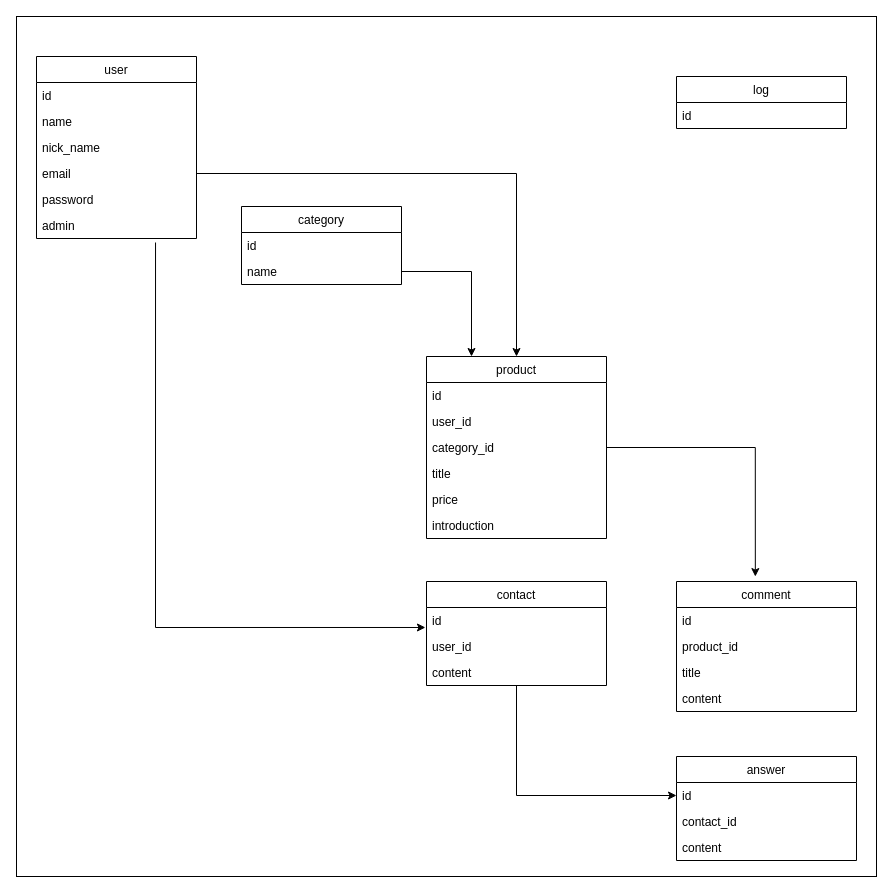
The draw.io diagram erd.dio in chee1989/ec_app, before the edit. Source tidied: cells renumbered, new cells numbered last; positions are measured from the earlier drawing's top-left corner, leaving out a move shared by most shapes. Both pictures are drawn from the tidied source at 100%, with x=0, y=0 at pixel (16, 16).
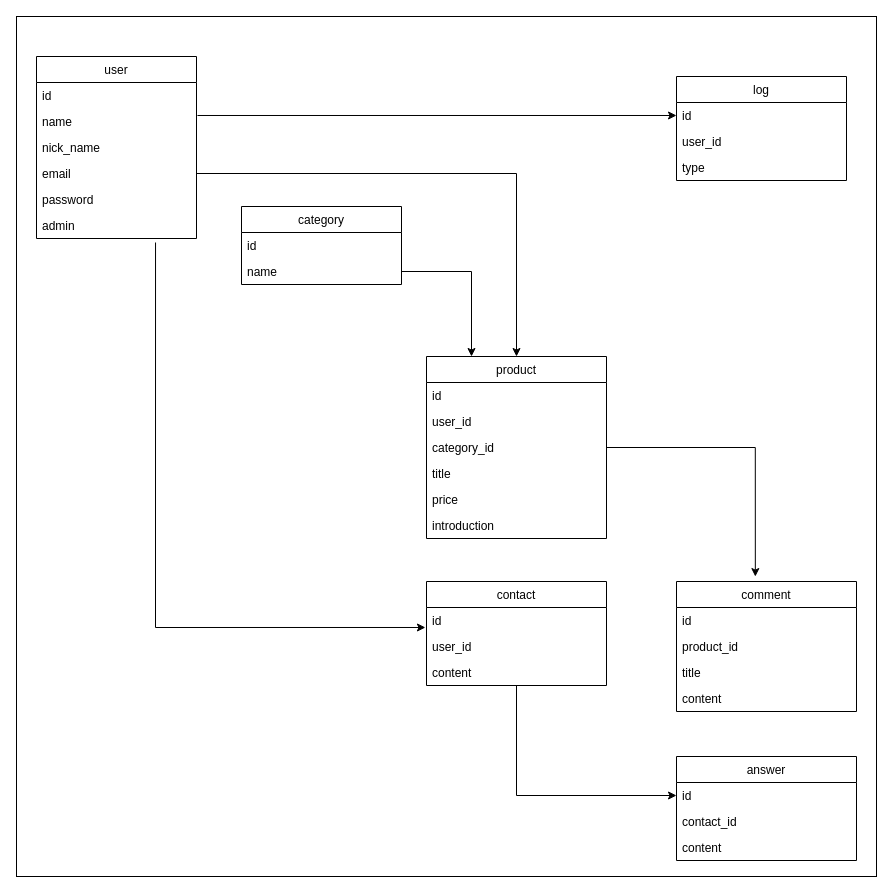
After the change.

The change refers to these unchanged cells:
```xml
<mxCell id="5" value="name" style="text;strokeColor=none;fillColor=none;align=left;verticalAlign=top;spacingLeft=4;spacingRight=4;overflow=hidden;points=[[0,0.5],[1,0.5]];portConstraint=eastwest;" parent="3" vertex="1">
  <mxGeometry y="52" width="160" height="26" as="geometry" />
</mxCell>
<mxCell id="34" value="id" style="text;strokeColor=none;fillColor=none;align=left;verticalAlign=top;spacingLeft=4;spacingRight=4;overflow=hidden;points=[[0,0.5],[1,0.5]];portConstraint=eastwest;" parent="33" vertex="1">
  <mxGeometry y="26" width="170" height="26" as="geometry" />
</mxCell>
```

Diff of the diagram source:
```diff
@@
+    <mxCell id="40" style="edgeStyle=orthogonalEdgeStyle;rounded=0;jettySize=auto;html=1;exitX=1.006;exitY=0.269;exitDx=0;exitDy=0;exitPerimeter=0;" parent="1" edge="1" source="5" target="34">
+      <mxGeometry relative="1" as="geometry" />
+    </mxCell>
@@
     <mxCell id="33" value="log" style="swimlane;fontStyle=0;horizontal=1;startSize=26;fillColor=none;" parent="1" vertex="1">
-      <mxGeometry x="660" y="60" width="170" height="52" as="geometry" />
+      <mxGeometry x="660" y="60" width="170" height="104" as="geometry" />
     </mxCell>
@@
+    <mxCell id="41" value="user_id" style="text;strokeColor=none;fillColor=none;align=left;verticalAlign=top;spacingLeft=4;spacingRight=4;overflow=hidden;" parent="33" vertex="1">
+      <mxGeometry y="52" width="170" height="26" as="geometry" />
+    </mxCell>
+    <mxCell id="42" value="type" style="text;strokeColor=none;fillColor=none;align=left;verticalAlign=top;spacingLeft=4;spacingRight=4;overflow=hidden;" parent="33" vertex="1">
+      <mxGeometry y="78" width="170" height="26" as="geometry" />
+    </mxCell>
```
